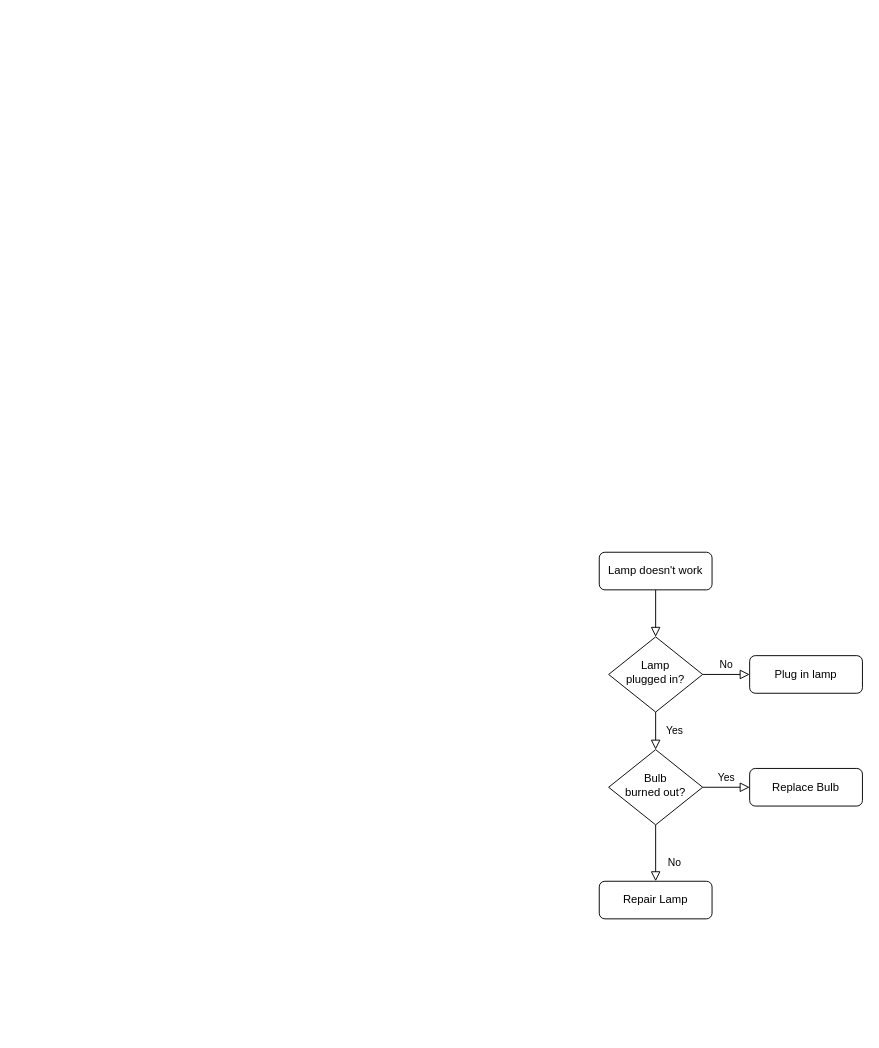
mustafamasvi/instaglitch keeps this draw.io diagram as Untitled Diagram.drawio. Above is the earlier version. Source tidied: cells renumbered, new cells numbered last; positions are measured from the earlier drawing's top-left corner, leaving out a move shared by most shapes. Both pictures are drawn from the tidied source at 94%, with x=0, y=0 at pixel (599, 552).
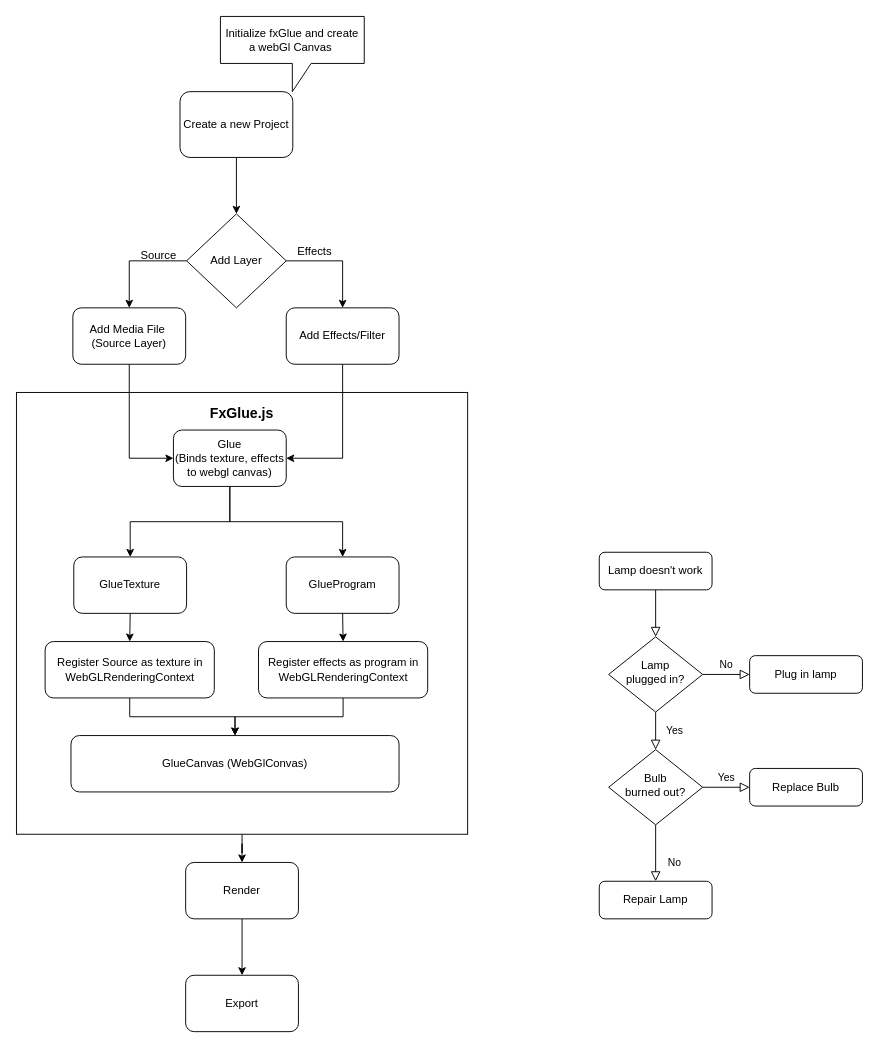
After the change.

Change to the diagram source:
```diff
@@
+    <mxCell id="13" style="edgeStyle=orthogonalEdgeStyle;rounded=0;jettySize=auto;html=1;exitX=0.5;exitY=1;exitDx=0;exitDy=0;fontSize=15;" parent="1" edge="1" source="14" target="40">
+      <mxGeometry relative="1" as="geometry" />
+    </mxCell>
+    <mxCell id="14" value="&lt;b&gt;&lt;font style=&quot;font-size: 15px;&quot;&gt;FxGlue.js&lt;/font&gt;&lt;/b&gt;" style="rounded=0;whiteSpace=wrap;html=1;verticalAlign=top;spacingTop=7;" parent="1" vertex="1">
+      <mxGeometry x="-620" y="-170" width="480" height="470" as="geometry" />
+    </mxCell>
@@
+    <mxCell id="15" style="edgeStyle=orthogonalEdgeStyle;rounded=0;jettySize=auto;html=1;exitX=0.5;exitY=1;exitDx=0;exitDy=0;entryX=0.5;entryY=0;entryDx=0;entryDy=0;" parent="1" edge="1" source="16" target="23">
+      <mxGeometry relative="1" as="geometry" />
+    </mxCell>
+    <mxCell id="16" value="Create a new Project" style="rounded=1;whiteSpace=wrap;html=1;" parent="1" vertex="1">
+      <mxGeometry x="-446" y="-490" width="120" height="70" as="geometry" />
+    </mxCell>
+    <mxCell id="17" style="edgeStyle=orthogonalEdgeStyle;rounded=0;jettySize=auto;html=1;exitX=0.5;exitY=1;exitDx=0;exitDy=0;entryX=0;entryY=0.5;entryDx=0;entryDy=0;fontSize=15;" parent="1" edge="1" source="18" target="38">
+      <mxGeometry relative="1" as="geometry" />
+    </mxCell>
+    <mxCell id="18" value="Add Media File&amp;nbsp;&lt;br&gt;(Source Layer)" style="whiteSpace=wrap;html=1;rounded=1;" parent="1" vertex="1">
+      <mxGeometry x="-560" y="-260" width="120" height="60" as="geometry" />
+    </mxCell>
+    <mxCell id="19" style="edgeStyle=orthogonalEdgeStyle;rounded=0;jettySize=auto;html=1;exitX=0.5;exitY=1;exitDx=0;exitDy=0;entryX=1;entryY=0.5;entryDx=0;entryDy=0;fontSize=15;" parent="1" edge="1" source="20" target="38">
+      <mxGeometry relative="1" as="geometry" />
+    </mxCell>
+    <mxCell id="20" value="Add Effects/Filter" style="whiteSpace=wrap;html=1;rounded=1;" parent="1" vertex="1">
+      <mxGeometry x="-333" y="-260" width="120" height="60" as="geometry" />
+    </mxCell>
+    <mxCell id="21" style="edgeStyle=orthogonalEdgeStyle;rounded=0;jettySize=auto;html=1;entryX=0.5;entryY=0;entryDx=0;entryDy=0;" parent="1" edge="1" source="23" target="18">
+      <mxGeometry relative="1" as="geometry" />
+    </mxCell>
+    <mxCell id="22" style="edgeStyle=orthogonalEdgeStyle;rounded=0;jettySize=auto;html=1;exitX=1;exitY=0.5;exitDx=0;exitDy=0;entryX=0.5;entryY=0;entryDx=0;entryDy=0;" parent="1" edge="1" source="23" target="20">
+      <mxGeometry relative="1" as="geometry" />
+    </mxCell>
+    <mxCell id="23" value="Add Layer" style="rhombus;whiteSpace=wrap;html=1;" parent="1" vertex="1">
+      <mxGeometry x="-439" y="-360" width="106" height="100" as="geometry" />
+    </mxCell>
+    <mxCell id="24" value="Source" style="text;html=1;align=center;verticalAlign=middle;strokeColor=none;fillColor=none;" parent="1" vertex="1">
+      <mxGeometry x="-499" y="-330" width="60" height="30" as="geometry" />
+    </mxCell>
+    <mxCell id="25" value="Effects" style="text;html=1;align=center;verticalAlign=middle;strokeColor=none;fillColor=none;" parent="1" vertex="1">
+      <mxGeometry x="-333" y="-335" width="60" height="30" as="geometry" />
+    </mxCell>
+    <mxCell id="26" value="Initialize fxGlue and create a webGl Canvas&amp;nbsp;" style="shape=callout;whiteSpace=wrap;html=1;perimeter=calloutPerimeter;" parent="1" vertex="1">
+      <mxGeometry x="-403" y="-570" width="153" height="80" as="geometry" />
+    </mxCell>
+    <mxCell id="27" style="edgeStyle=orthogonalEdgeStyle;rounded=0;jettySize=auto;html=1;exitX=0.5;exitY=1;exitDx=0;exitDy=0;" parent="1" edge="1" source="28" target="35">
+      <mxGeometry relative="1" as="geometry" />
+    </mxCell>
+    <mxCell id="28" value="Register Source as texture in WebGLRenderingContext" style="rounded=1;whiteSpace=wrap;html=1;" parent="1" vertex="1">
+      <mxGeometry x="-589.5" y="95" width="180" height="60" as="geometry" />
+    </mxCell>
+    <mxCell id="29" style="edgeStyle=orthogonalEdgeStyle;rounded=0;jettySize=auto;html=1;exitX=0.5;exitY=1;exitDx=0;exitDy=0;" parent="1" edge="1" source="30" target="35">
+      <mxGeometry relative="1" as="geometry" />
+    </mxCell>
+    <mxCell id="30" value="Register effects as program in WebGLRenderingContext" style="rounded=1;whiteSpace=wrap;html=1;" parent="1" vertex="1">
+      <mxGeometry x="-362.5" y="95" width="180" height="60" as="geometry" />
+    </mxCell>
+    <mxCell id="31" style="edgeStyle=orthogonalEdgeStyle;rounded=0;jettySize=auto;html=1;exitX=0.5;exitY=1;exitDx=0;exitDy=0;entryX=0.5;entryY=0;entryDx=0;entryDy=0;" parent="1" edge="1" source="32" target="28">
+      <mxGeometry relative="1" as="geometry" />
+    </mxCell>
+    <mxCell id="32" value="GlueTexture" style="rounded=1;whiteSpace=wrap;html=1;" parent="1" vertex="1">
+      <mxGeometry x="-559" y="5" width="120" height="60" as="geometry" />
+    </mxCell>
+    <mxCell id="33" style="edgeStyle=orthogonalEdgeStyle;rounded=0;jettySize=auto;html=1;exitX=0.5;exitY=1;exitDx=0;exitDy=0;entryX=0.5;entryY=0;entryDx=0;entryDy=0;" parent="1" edge="1" source="34" target="30">
+      <mxGeometry relative="1" as="geometry" />
+    </mxCell>
+    <mxCell id="34" value="GlueProgram" style="rounded=1;whiteSpace=wrap;html=1;" parent="1" vertex="1">
+      <mxGeometry x="-333" y="5" width="120" height="60" as="geometry" />
+    </mxCell>
+    <mxCell id="35" value="GlueCanvas (WebGlConvas)" style="rounded=1;whiteSpace=wrap;html=1;" parent="1" vertex="1">
+      <mxGeometry x="-562" y="195" width="349" height="60" as="geometry" />
+    </mxCell>
+    <mxCell id="36" style="edgeStyle=orthogonalEdgeStyle;rounded=0;jettySize=auto;html=1;exitX=0.5;exitY=1;exitDx=0;exitDy=0;" parent="1" edge="1" source="38" target="32">
+      <mxGeometry relative="1" as="geometry" />
+    </mxCell>
+    <mxCell id="37" style="edgeStyle=orthogonalEdgeStyle;rounded=0;jettySize=auto;html=1;exitX=0.5;exitY=1;exitDx=0;exitDy=0;" parent="1" edge="1" source="38" target="34">
+      <mxGeometry relative="1" as="geometry" />
+    </mxCell>
+    <mxCell id="38" value="Glue&lt;br&gt;(Binds texture, effects to webgl canvas)" style="rounded=1;whiteSpace=wrap;html=1;" parent="1" vertex="1">
+      <mxGeometry x="-453" y="-130" width="120" height="60" as="geometry" />
+    </mxCell>
+    <mxCell id="39" style="edgeStyle=orthogonalEdgeStyle;rounded=0;jettySize=auto;html=1;exitX=0.5;exitY=1;exitDx=0;exitDy=0;fontSize=15;" parent="1" edge="1" source="40" target="41">
+      <mxGeometry relative="1" as="geometry" />
+    </mxCell>
+    <mxCell id="40" value="Render" style="rounded=1;whiteSpace=wrap;html=1;" parent="1" vertex="1">
+      <mxGeometry x="-440" y="330" width="120" height="60" as="geometry" />
+    </mxCell>
+    <mxCell id="41" value="Export" style="rounded=1;whiteSpace=wrap;html=1;" parent="1" vertex="1">
+      <mxGeometry x="-440" y="450" width="120" height="60" as="geometry" />
+    </mxCell>
```
